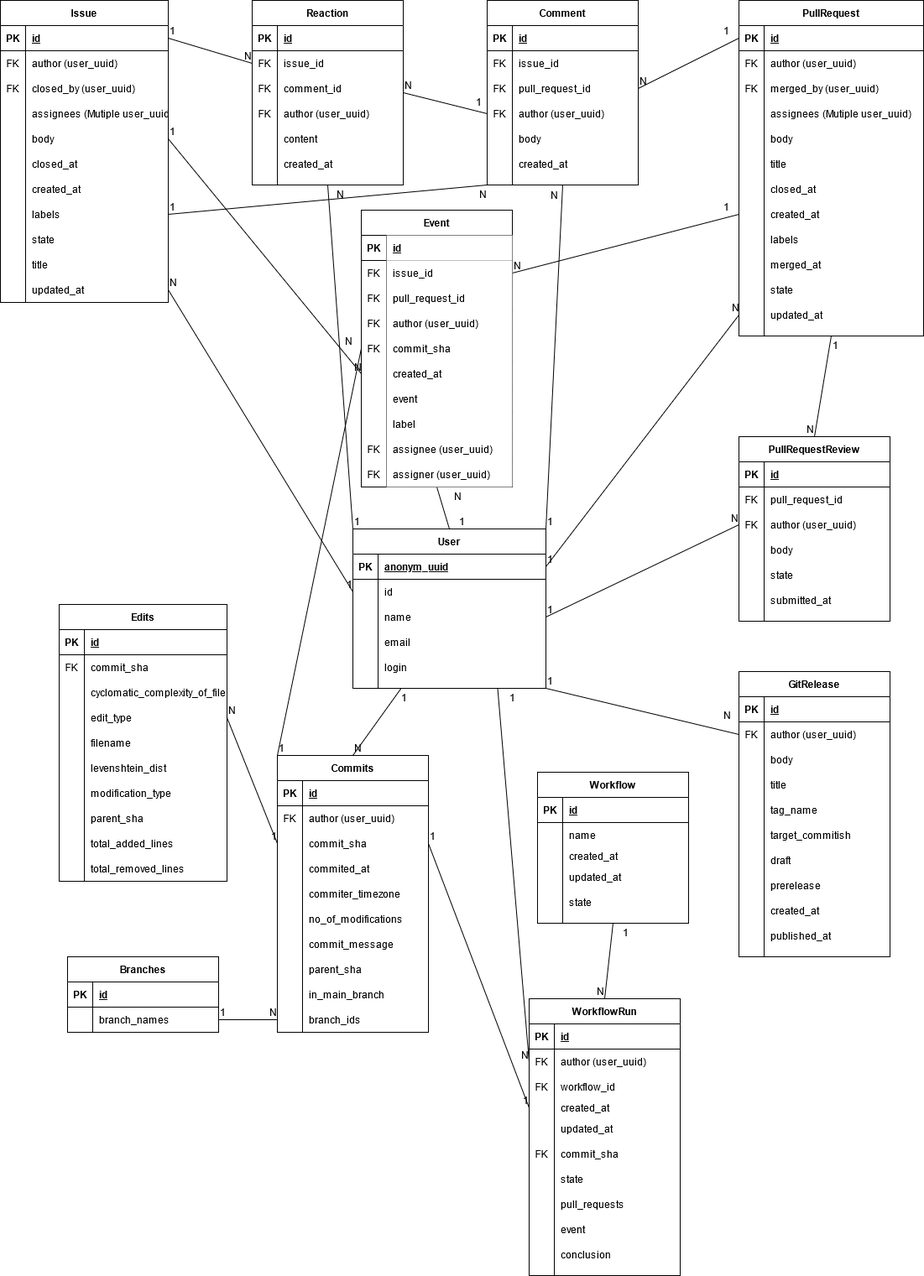
TUBAF-IFI-DiPiT/github2pandas keeps this draw.io diagram as docs/ER_diagram/ER_diagram.png. Above is the earlier version. Source tidied: cells renumbered, new cells last; positions are measured from the earlier drawing's top-left corner, leaving out a move shared by most shapes.
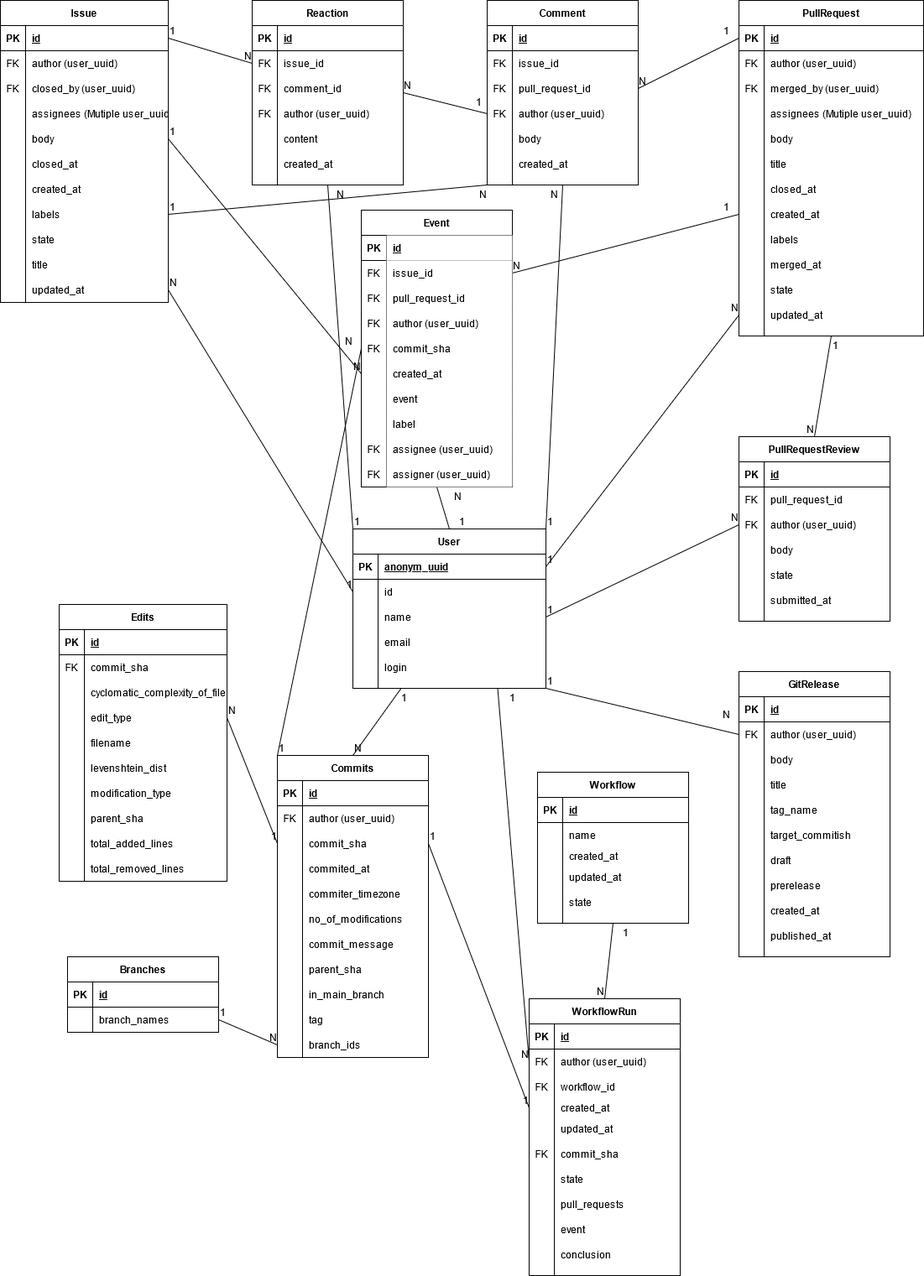
The same file after the commit.

What changed in the source:
```diff
@@ -660,7 +660,7 @@
       <mxGeometry x="30" width="150" height="30" as="geometry" />
     </mxCell>
     <mxCell id="213" value="Commits" style="shape=table;startSize=30;rowLines=0;fontStyle=1;align=center;" parent="1" vertex="1">
-      <mxGeometry x="330" y="900" width="180" height="330" as="geometry" />
+      <mxGeometry x="330" y="900" width="180" height="360" as="geometry" />
     </mxCell>
     <mxCell id="214" style="shape=partialRectangle;fillColor=none;top=0;left=0;bottom=1;right=0;" parent="213" vertex="1">
       <mxGeometry y="30" width="180" height="30" as="geometry" />
@@ -743,8 +743,17 @@
     <mxCell id="240" value="in_main_branch" style="shape=partialRectangle;fillColor=none;top=0;left=0;bottom=0;right=0;align=left;spacingLeft=6;overflow=hidden;" parent="238" vertex="1">
       <mxGeometry x="30" width="150" height="30" as="geometry" />
     </mxCell>
+    <mxCell id="387" style="shape=partialRectangle;fillColor=none;top=0;left=0;bottom=0;right=0;" parent="213" vertex="1">
+      <mxGeometry y="300" width="180" height="30" as="geometry" />
+    </mxCell>
+    <mxCell id="388" style="shape=partialRectangle;fillColor=none;top=0;left=0;bottom=0;right=0;overflow=hidden;" parent="387" vertex="1">
+      <mxGeometry width="30" height="30" as="geometry" />
+    </mxCell>
+    <mxCell id="389" value="tag" style="shape=partialRectangle;fillColor=none;top=0;left=0;bottom=0;right=0;align=left;spacingLeft=6;overflow=hidden;" parent="387" vertex="1">
+      <mxGeometry x="30" width="150" height="30" as="geometry" />
+    </mxCell>
     <mxCell id="241" style="shape=partialRectangle;fillColor=none;top=0;left=0;bottom=0;right=0;points=[[0,0.5],[1,0.5]];portConstraint=eastwest;" parent="213" vertex="1">
-      <mxGeometry y="300" width="180" height="30" as="geometry" />
+      <mxGeometry y="330" width="180" height="30" as="geometry" />
     </mxCell>
     <mxCell id="242" style="shape=partialRectangle;fillColor=none;top=0;left=0;bottom=0;right=0;overflow=hidden;" parent="241" vertex="1">
       <mxGeometry width="30" height="30" as="geometry" />
```
